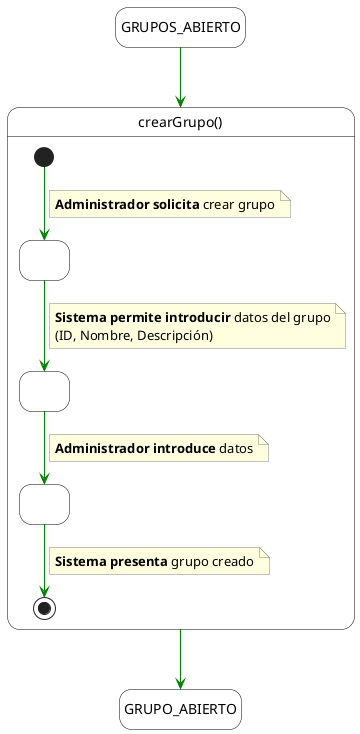
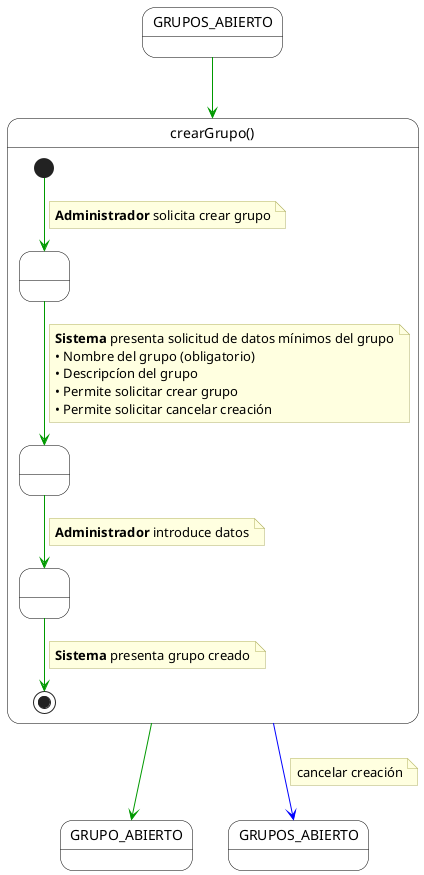
@startuml
- hide empty description
+ ' Configuración visual
+ skinparam monochrome false
+ skinparam shadow false
+ top to bottom direction

- ' Estilos visuales
skinparam state {
    BackgroundColor White
    BorderColor Black
-     ArrowColor Green
- }
- skinparam note {
-     BackgroundColor LightYellow
-     BorderColor Gray
+     ArrowColor #009900
+     StartColor Black
+     EndColor Black
}

- ' 1. Estado de Entrada
- state GRUPOS_ABIERTO
+ skinparam note {
+     BackgroundColor #FFFFE0
+     BorderColor #B0B060
+     FontName Arial
+ }

- ' 2. Estado compuesto principal: crearGrupo()
- state "crearGrupo()" as MainBlock {
+ ' Estado inicial externo (Arriba)
+ state "GRUPOS_ABIERTO" as Inicio

-     ' Inicio
+ ' Estado compuesto principal
+ state "crearGrupo()" as CrearGrupoContainer {
+ 
+     ' Puntos de anclaje internos
+     state " " as Paso1
+     state " " as Paso2
+     state " " as Paso3
+ 
+     ' Paso 1: Solicitud inicial
    [*] --> Paso1
    note on link
-         **Administrador solicita** crear grupo
+         **Administrador** solicita crear grupo
    end note

-     state Paso1 as " "
- 
-     ' Sistema habilita formulario
+     ' Paso 2: Sistema pide datos mínimos
    Paso1 --> Paso2
    note on link
-         **Sistema permite introducir** datos del grupo
-         (ID, Nombre, Descripción)
+         **Sistema** presenta solicitud de datos mínimos del grupo
+         • Nombre del grupo (obligatorio)
+         • Descripcíon del grupo
+         • Permite solicitar crear grupo
+         • Permite solicitar cancelar creación
    end note

-     state Paso2 as " "
- 
-     ' Actor rellena datos (Separado)
+     ' Paso 3 (SEPARADO): Acción del Administrador
    Paso2 --> Paso3
    note on link
-         **Administrador introduce** datos
+         **Administrador** introduce datos
    end note

-     state Paso3 as " "
- 
-     ' Sistema confirma/muestra y termina (Separado)
+     ' Paso 4 (SEPARADO): Acción del Sistema
    Paso3 --> [*]
    note on link
-         **Sistema presenta** grupo creado
+         **Sistema** presenta grupo creado
    end note
}

- ' 3. Estado de Salida
+ ' Estados finales externos (Abajo)
state GRUPO_ABIERTO
+ state "GRUPOS_ABIERTO" as FinCancelacion

- ' 4. Conexiones
- GRUPOS_ABIERTO -down-> MainBlock
- MainBlock -down-> GRUPO_ABIERTO
+ ' --- Forzar separación visual ---
+ FinCancelacion -[hidden]left-> GRUPO_ABIERTO
+ 
+ ' --- TRANSICIONES EXTERNAS ---
+ 
+ ' Entrada
+ Inicio --> CrearGrupoContainer
+ 
+ ' 1. Salida de ÉXITO (Verde) - Hacia GRUPO_ABIERTO
+ CrearGrupoContainer --> GRUPO_ABIERTO
+ 
+ ' 2. Salida de CANCELACIÓN (Azul) - Hacia GRUPOS_ABIERTO
+ CrearGrupoContainer -[#blue]-> FinCancelacion
+ note on link
+     cancelar creación
+ end note

@enduml